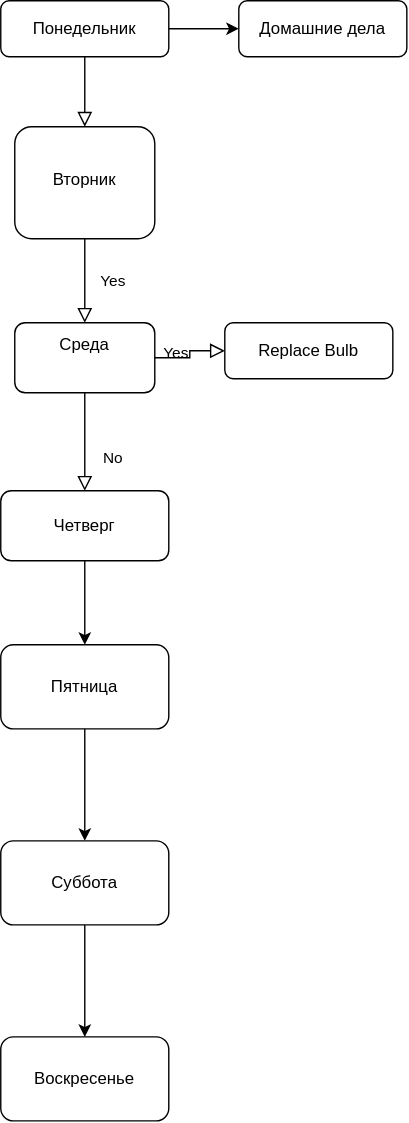
Beattle/app keeps this draw.io diagram as Untitled Diagram.drawio.svg. Above is the earlier version. Source tidied: cells renumbered, new cells last; positions are measured from the earlier drawing's top-left corner, leaving out a move shared by most shapes.
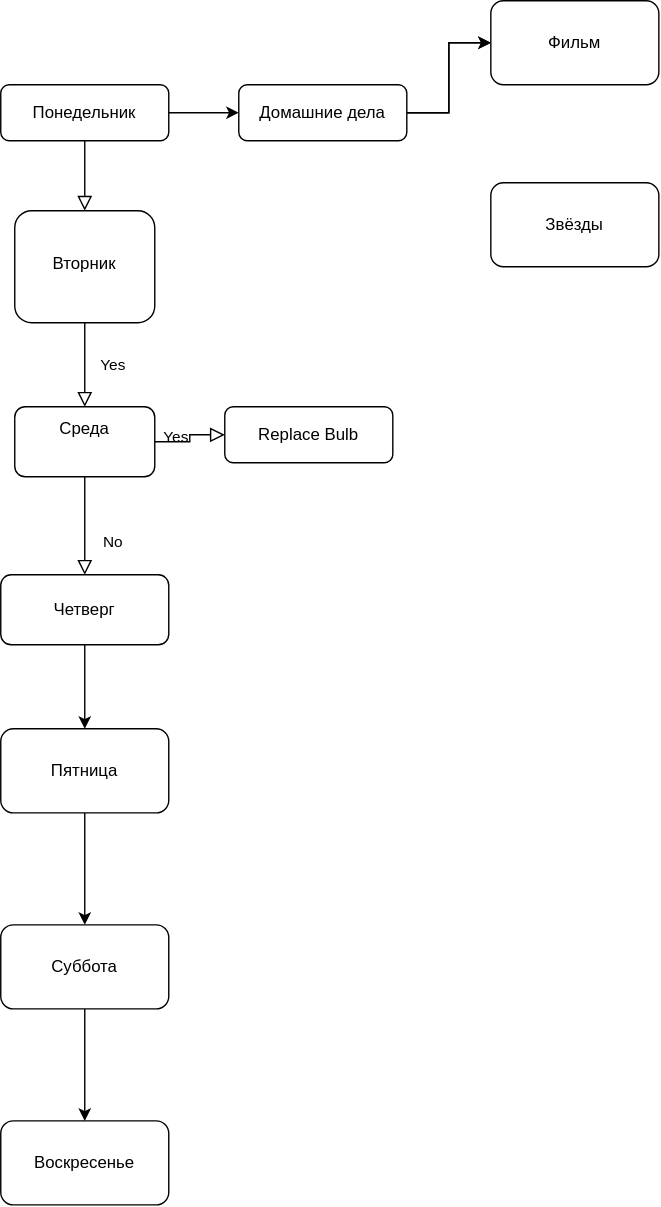
Later version of the same file.

What changed in the source:
```diff
@@ -17,6 +17,12 @@
     <mxCell id="6" value="Вторник" style="rounded=1;whiteSpace=wrap;html=1;shadow=0;fontFamily=Helvetica;fontSize=12;align=center;strokeWidth=1;spacing=6;spacingTop=-4;" parent="1" vertex="1">
       <mxGeometry x="10" y="90" width="100" height="80" as="geometry" />
     </mxCell>
+    <mxCell id="19" style="edgeStyle=orthogonalEdgeStyle;rounded=0;jettySize=auto;html=1;" parent="1" edge="1" source="7" target="21">
+      <mxGeometry relative="1" as="geometry" />
+    </mxCell>
+    <mxCell id="20" style="edgeStyle=orthogonalEdgeStyle;rounded=0;jettySize=auto;html=1;" parent="1" edge="1" source="7" target="21">
+      <mxGeometry relative="1" as="geometry" />
+    </mxCell>
     <mxCell id="7" value="&lt;div&gt;Домашние дела&lt;/div&gt;" style="rounded=1;whiteSpace=wrap;html=1;fontSize=12;glass=0;strokeWidth=1;shadow=0;" parent="1" vertex="1">
       <mxGeometry x="170" width="120" height="40" as="geometry" />
     </mxCell>
@@ -53,5 +59,11 @@
     <mxCell id="18" value="Воскресенье" style="whiteSpace=wrap;html=1;rounded=1;glass=0;strokeWidth=1;shadow=0;" parent="1" vertex="1">
       <mxGeometry y="740" width="120" height="60" as="geometry" />
     </mxCell>
+    <mxCell id="21" value="Фильм" style="whiteSpace=wrap;html=1;rounded=1;glass=0;strokeWidth=1;shadow=0;" parent="1" vertex="1">
+      <mxGeometry x="350" y="-60" width="120" height="60" as="geometry" />
+    </mxCell>
+    <mxCell id="22" value="Звёзды" style="whiteSpace=wrap;html=1;rounded=1;glass=0;strokeWidth=1;shadow=0;" parent="1" vertex="1">
+      <mxGeometry x="350" y="70" width="120" height="60" as="geometry" />
+    </mxCell>
   </root>
 </mxGraphModel>
```
